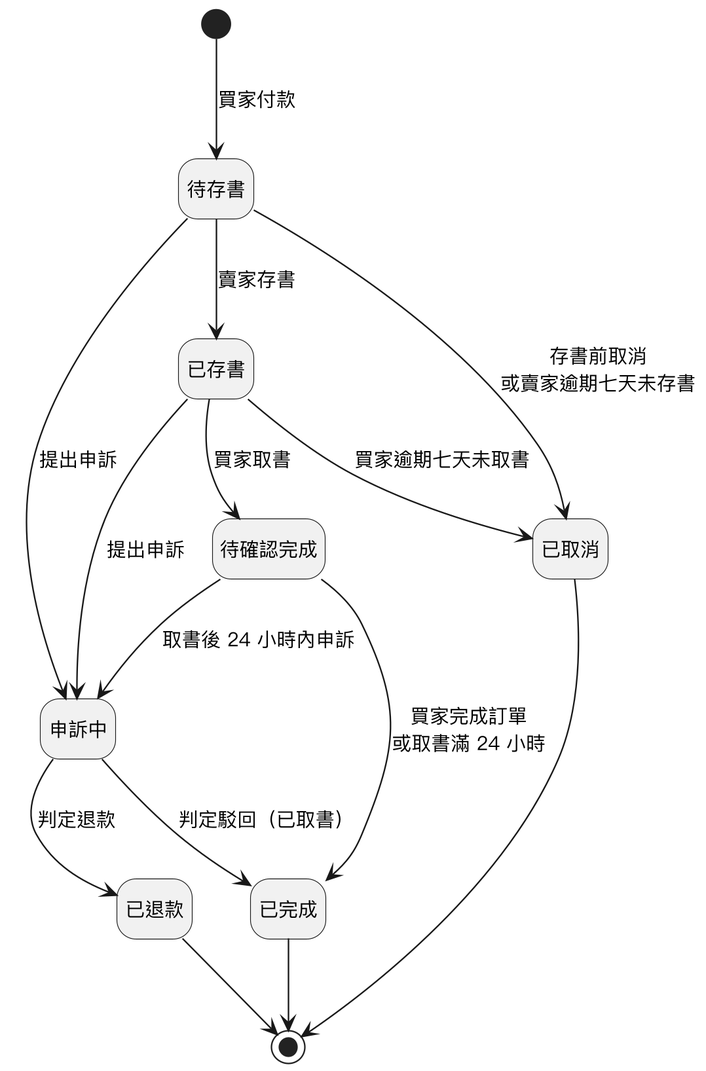
Earlier version of the PlantUML export Diagrams/State Machine/v3/state_orders.png (SaveMyBook/SaveMyBook).
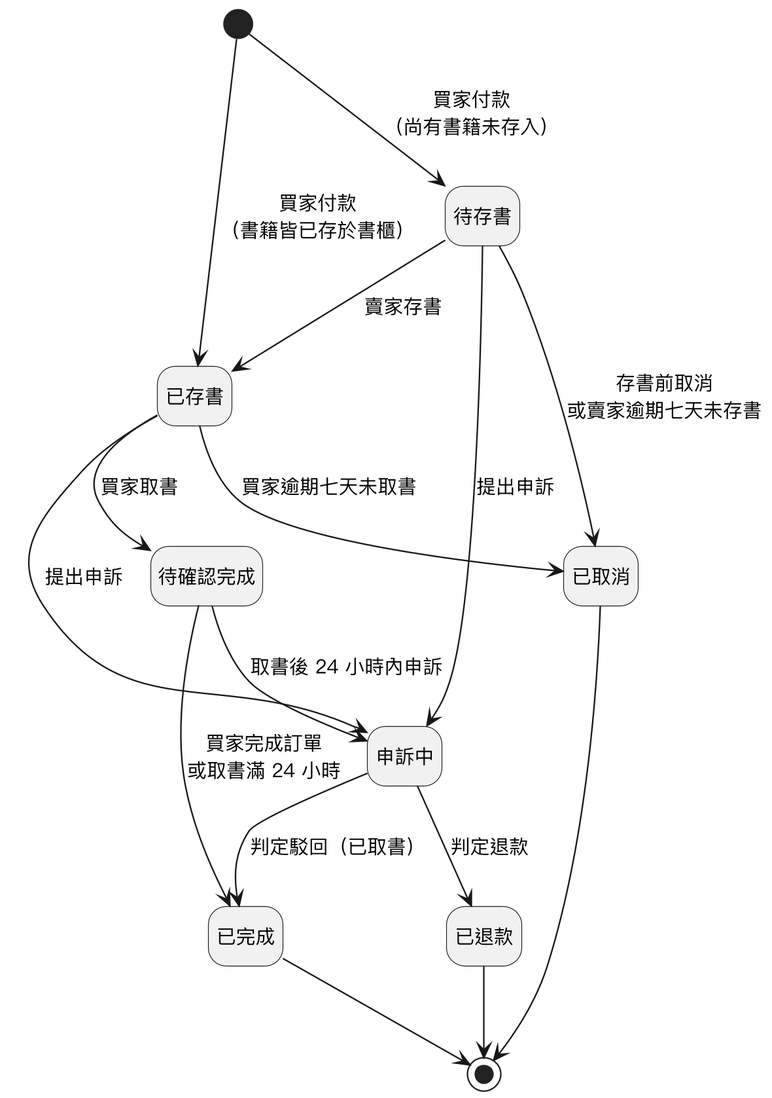
Above is the later version.

What changed in the source:
```diff
@@ -14,7 +14,8 @@
 state 申訴中
 state 已退款
 
-[*] --> 待存書 : 買家付款
+[*] --> 待存書 : 買家付款\n（尚有書籍未存入）
+[*] --> 已存書 : 買家付款\n（書籍皆已存於書櫃）
 待存書 --> 已存書 : 賣家存書
 已存書 --> 待確認完成 : 買家取書
 待確認完成 --> 已完成 : 買家完成訂單\n或取書滿 24 小時
```
